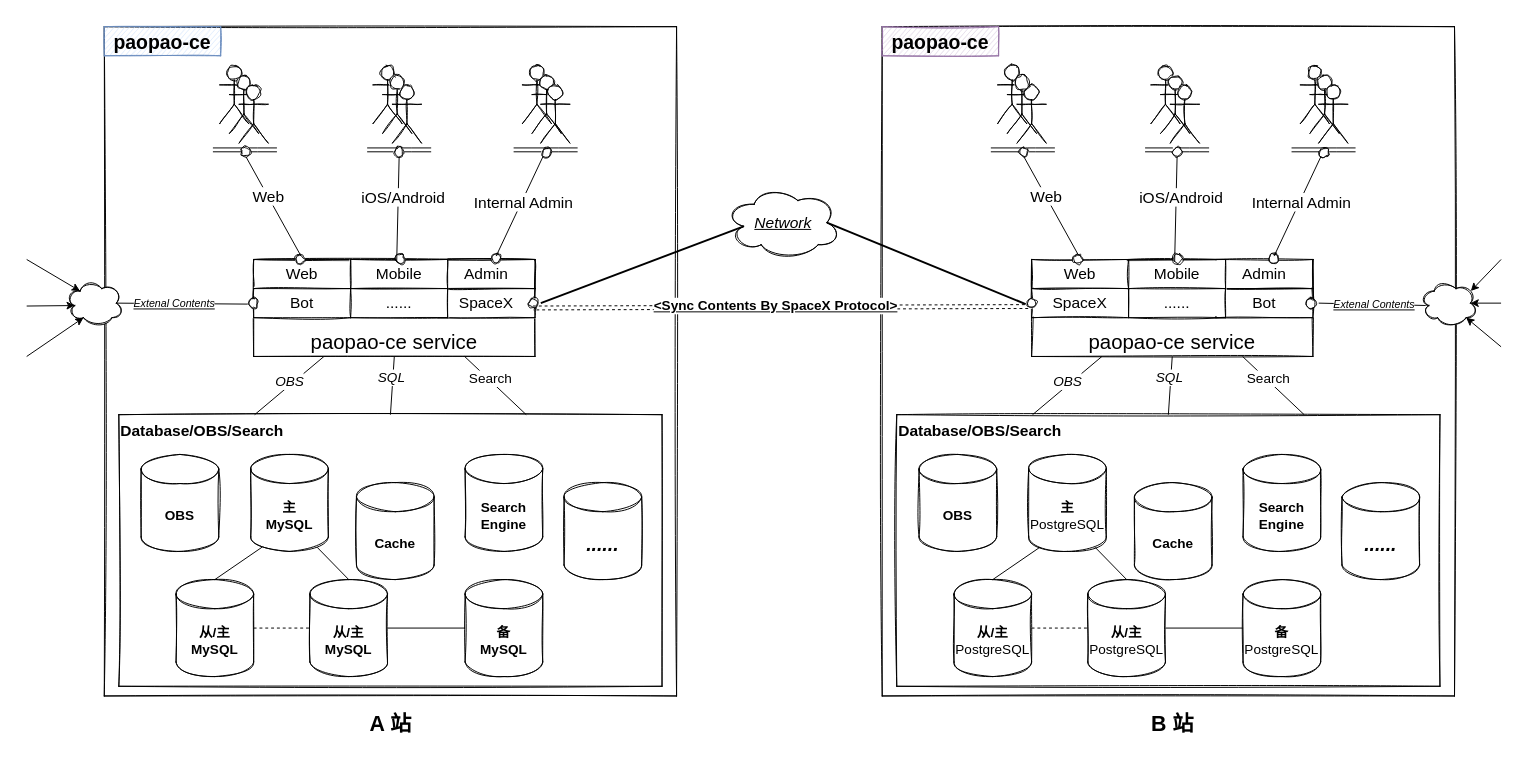
The draw.io diagram docs/proposal/.assets/001-01.drawio in rocboss/paopao-ce, before the edit. Source tidied: cells renumbered, new cells numbered last; positions are measured from the earlier drawing's top-left corner, leaving out a move shared by most shapes. Both pictures are drawn from the tidied source at 97%, with x=0, y=0 at pixel (16, 16).
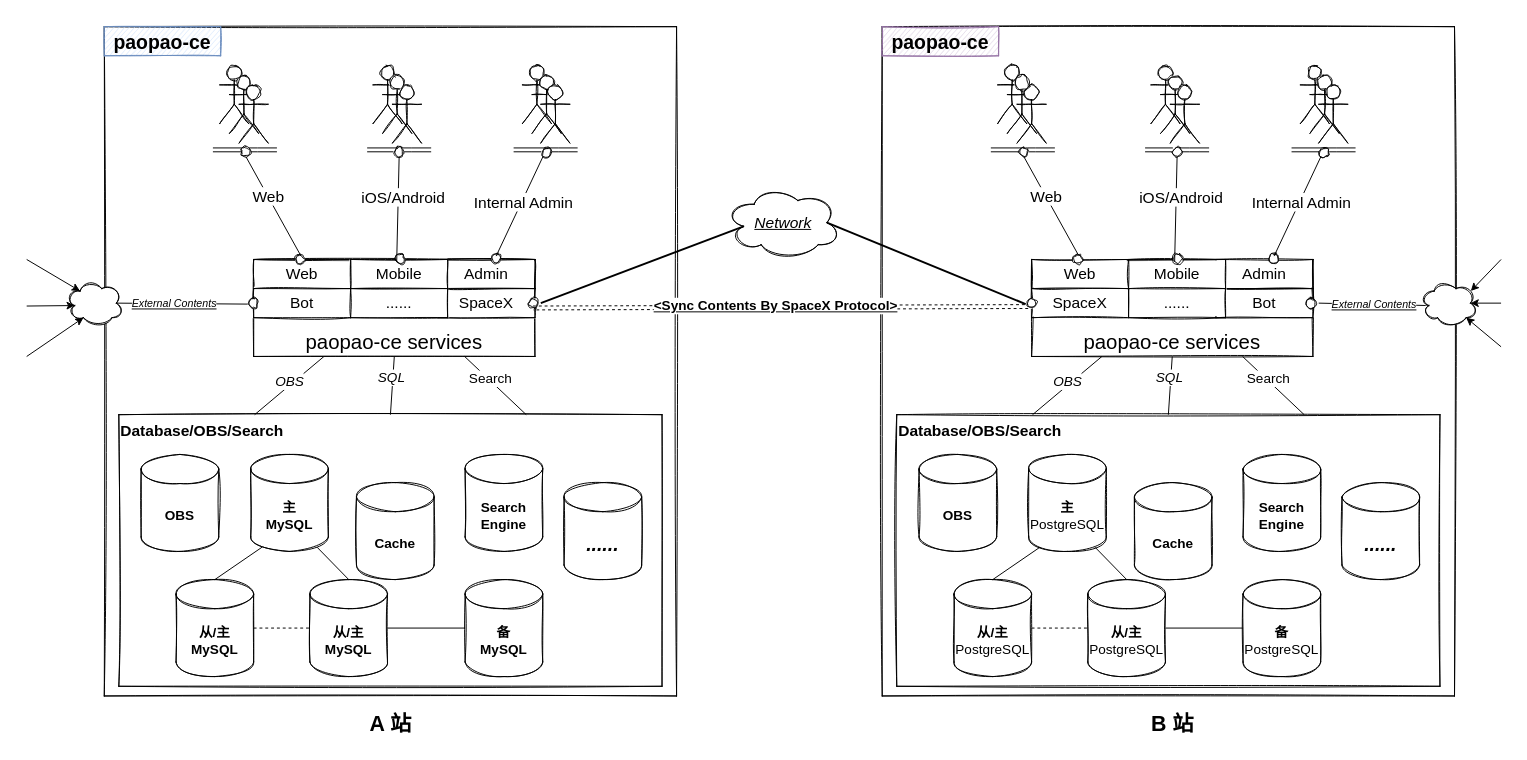
Above is the later version.

The change refers to these unchanged cells:
```xml
<mxCell id="60" style="endArrow=none;html=1;rounded=0;fontSize=14;exitX=0.875;exitY=0.5;exitDx=0;exitDy=0;exitPerimeter=0;entryX=-0.021;entryY=0.46;entryDx=0;entryDy=0;entryPerimeter=0;" parent="1" edge="1" source="25" target="4">
  <mxGeometry relative="1" as="geometry" />
</mxCell>
<mxCell id="118" style="ellipse;shape=cloud;whiteSpace=wrap;html=1;rounded=0;shadow=0;glass=0;sketch=1;fontSize=21;" parent="1" vertex="1">
  <mxGeometry x="1446" y="270" width="60" height="50" as="geometry" />
</mxCell>
```

Diff of the diagram source:
```diff
@@
-    <mxCell id="4" value="paopao-ce service" style="rounded=0;whiteSpace=wrap;html=1;fontSize=21;fontStyle=0;verticalAlign=bottom;glass=0;shadow=0;sketch=1;" parent="1" vertex="1">
+    <mxCell id="4" value="paopao-ce services" style="rounded=0;whiteSpace=wrap;html=1;fontSize=21;fontStyle=0;verticalAlign=bottom;glass=0;shadow=0;sketch=1;" parent="1" vertex="1">
       <mxGeometry x="244" y="250" width="290" height="100" as="geometry" />
     </mxCell>
@@
-    <mxCell id="61" value="&lt;i&gt;&lt;u&gt;&lt;font style=&quot;font-size: 11px;&quot;&gt;Extenal Contents&lt;/font&gt;&lt;/u&gt;&lt;/i&gt;" style="edgeLabel;html=1;align=center;verticalAlign=middle;fontSize=12;" parent="60" vertex="1">
+    <mxCell id="61" value="&lt;i&gt;&lt;u&gt;&lt;font style=&quot;font-size: 11px;&quot;&gt;External Contents&lt;/font&gt;&lt;/u&gt;&lt;/i&gt;" style="edgeLabel;html=1;align=center;verticalAlign=middle;fontSize=12;" parent="60" vertex="1">
       <mxGeometry x="-0.14" relative="1" as="geometry">
         <mxPoint x="1" as="offset" />
       </mxGeometry>
     </mxCell>
@@
-    <mxCell id="63" value="paopao-ce service" style="rounded=0;whiteSpace=wrap;html=1;fontSize=21;fontStyle=0;verticalAlign=bottom;glass=0;shadow=0;sketch=1;" parent="1" vertex="1">
+    <mxCell id="63" value="paopao-ce services" style="rounded=0;whiteSpace=wrap;html=1;fontSize=21;fontStyle=0;verticalAlign=bottom;glass=0;shadow=0;sketch=1;" parent="1" vertex="1">
       <mxGeometry x="1046" y="250" width="290" height="100" as="geometry" />
     </mxCell>
@@
-    <mxCell id="116" value="&lt;i style=&quot;font-size: 12px;&quot;&gt;&lt;u&gt;&lt;font style=&quot;font-size: 11px;&quot;&gt;Extenal Contents&lt;/font&gt;&lt;/u&gt;&lt;/i&gt;" style="endArrow=none;html=1;rounded=0;fontSize=14;exitX=0.16;exitY=0.55;exitDx=0;exitDy=0;exitPerimeter=0;" parent="1" edge="1" source="118">
+    <mxCell id="116" value="&lt;i style=&quot;font-size: 12px;&quot;&gt;&lt;u&gt;&lt;font style=&quot;font-size: 11px;&quot;&gt;External Contents&lt;/font&gt;&lt;/u&gt;&lt;/i&gt;" style="endArrow=none;html=1;rounded=0;fontSize=14;exitX=0.16;exitY=0.55;exitDx=0;exitDy=0;exitPerimeter=0;" parent="1" edge="1" source="118">
       <mxGeometry relative="1" as="geometry">
         <mxPoint x="1342" y="295" as="targetPoint" />
       </mxGeometry>
     </mxCell>
```
